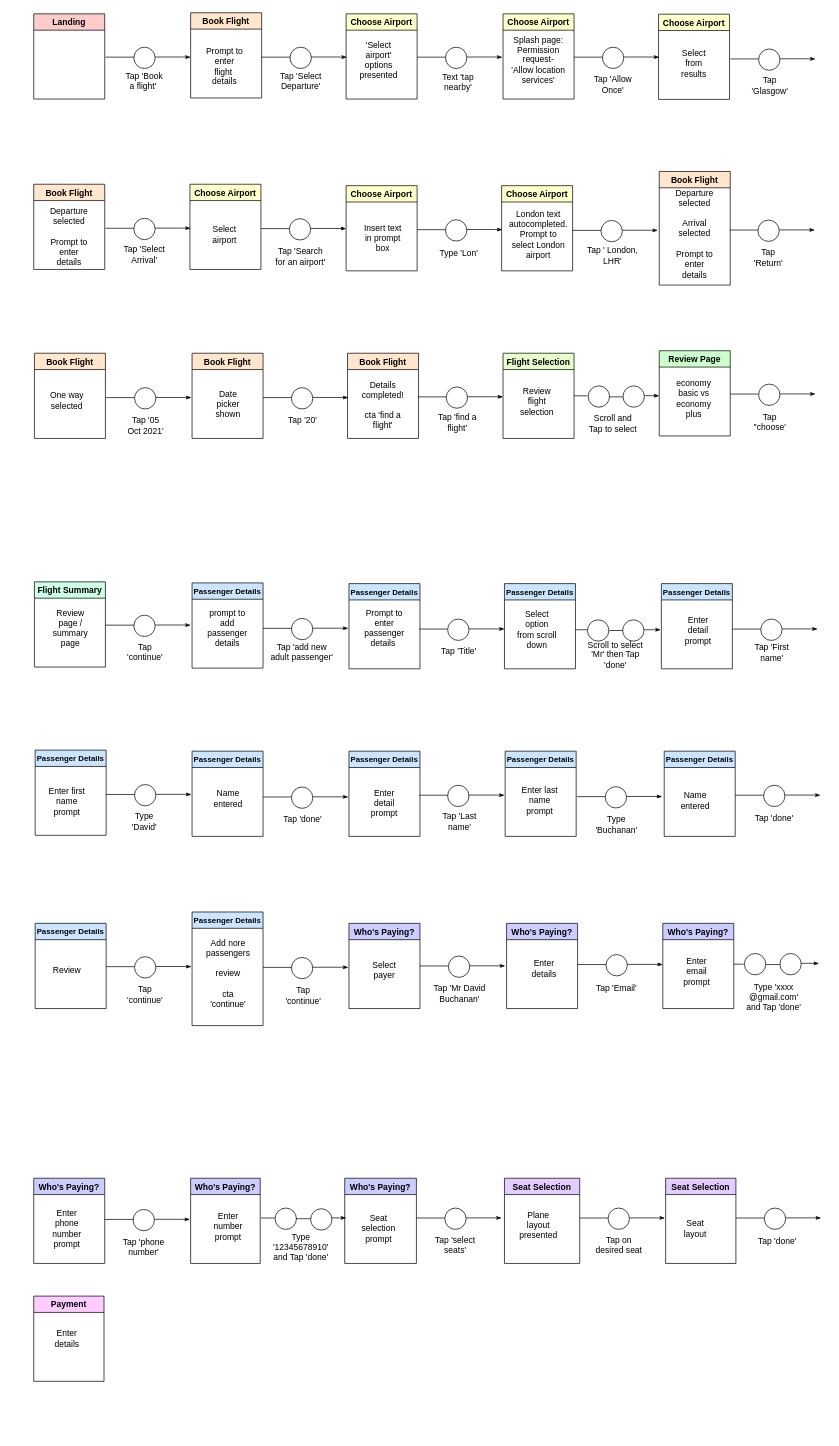
This is page "Page-1" (1 of 3) of Untitled Diagram.drawio from davidjbuchanan/todo_pretty_printed_example, a draw.io file, before an edit. Source tidied: cells renumbered, new cells numbered last; positions are measured from the earlier drawing's top-left corner, leaving out a move shared by most shapes. Both pictures are drawn from the tidied source at 71%, with x=0, y=0 at pixel (33, 12).
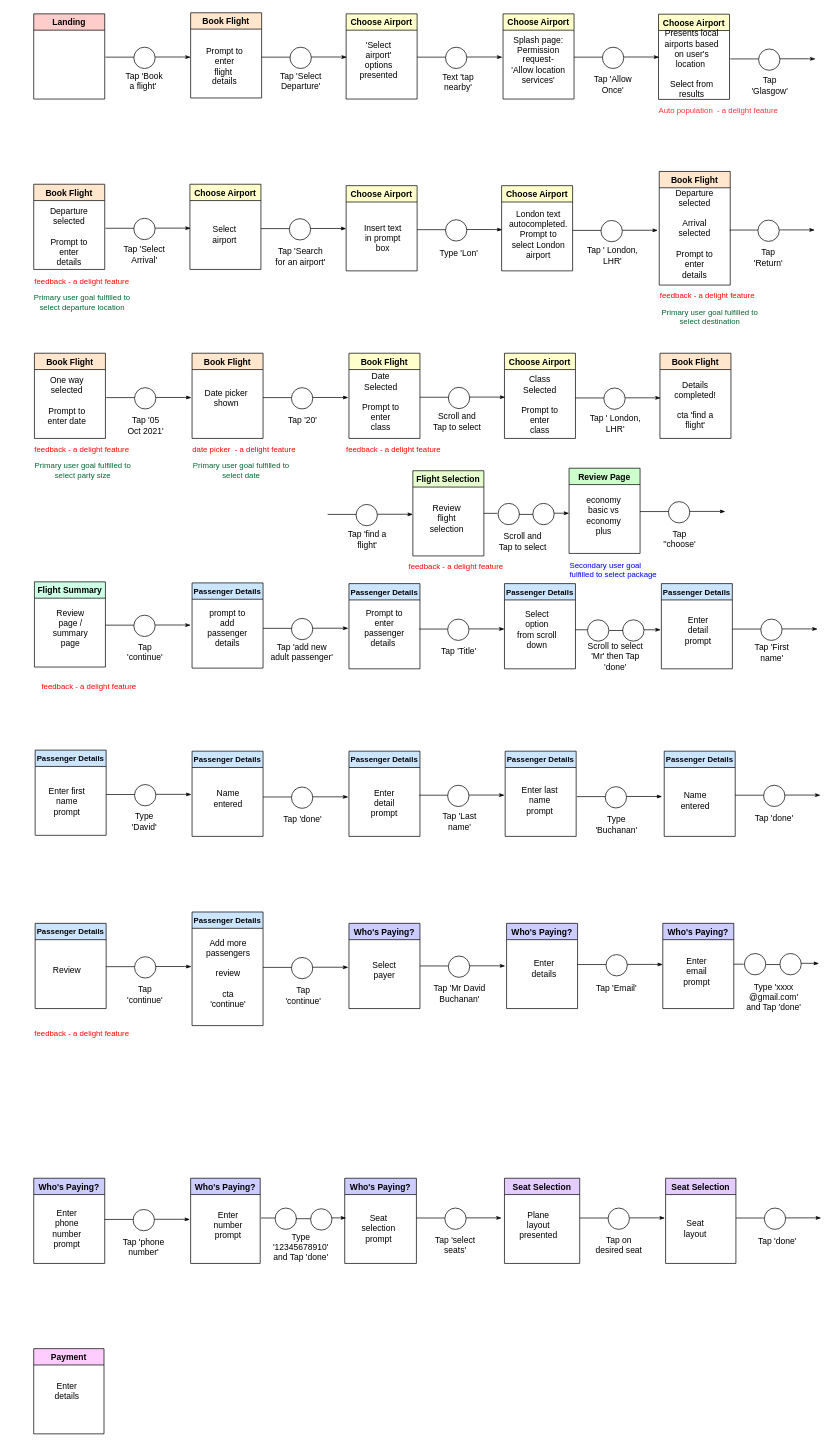
Above is the later version.

The change refers to these unchanged cells:
```xml
<mxCell id="22" value="Choose Airport" style="swimlane;fillColor=#FFFFCC;" parent="1" vertex="1">
  <mxGeometry x="880" y="2.5" width="100" height="120" as="geometry" />
</mxCell>
<mxCell id="49" value="Book Flight" style="swimlane;fillColor=#FFE6CC;" parent="1" vertex="1">
  <mxGeometry x="1" y="480" width="100" height="120" as="geometry" />
</mxCell>
<mxCell id="54" value="Book Flight" style="swimlane;fillColor=#FFE6CC;" parent="1" vertex="1">
  <mxGeometry x="223" y="480" width="100" height="120" as="geometry" />
</mxCell>
<mxCell id="156" value="Passenger Details" style="swimlane;fillColor=#CCE5FF;fontSize=11;" parent="1" vertex="1">
  <mxGeometry x="223" y="1267" width="100" height="160" as="geometry" />
</mxCell>
<mxCell id="185" value="Who's Paying?" style="swimlane;fillColor=#CCCCFF;" parent="1" vertex="1">
  <mxGeometry x="221" y="1642" width="98" height="120" as="geometry" />
</mxCell>
```

What changed in the source:
```diff
@@
-    <mxCell id="23" value="Select from results" style="text;html=1;strokeColor=none;fillColor=none;align=center;verticalAlign=middle;whiteSpace=wrap;rounded=0;labelBackgroundColor=none;labelBorderColor=none;" parent="22" vertex="1">
-      <mxGeometry x="20" y="54.5" width="60" height="30" as="geometry" />
+    <mxCell id="23" value="Presents local airports based on user's location&amp;nbsp; &lt;br&gt;&lt;br&gt;Select from results" style="text;html=1;strokeColor=none;fillColor=none;align=center;verticalAlign=middle;whiteSpace=wrap;rounded=0;labelBackgroundColor=none;labelBorderColor=none;" parent="22" vertex="1">
+      <mxGeometry y="55.5" width="94" height="30" as="geometry" />
     </mxCell>
@@
-    <mxCell id="50" value="One way selected" style="text;html=1;strokeColor=none;fillColor=none;align=center;verticalAlign=middle;whiteSpace=wrap;rounded=0;labelBackgroundColor=none;labelBorderColor=none;" parent="49" vertex="1">
+    <mxCell id="50" value="One way selected&lt;br&gt;&lt;br&gt;Prompt to enter date" style="text;html=1;strokeColor=none;fillColor=none;align=center;verticalAlign=middle;whiteSpace=wrap;rounded=0;labelBackgroundColor=none;labelBorderColor=none;" parent="49" vertex="1">
       <mxGeometry x="16" y="51.5" width="60" height="30" as="geometry" />
     </mxCell>
@@
-    <mxCell id="55" value="Date picker shown" style="text;html=1;strokeColor=none;fillColor=none;align=center;verticalAlign=middle;whiteSpace=wrap;rounded=0;labelBackgroundColor=none;labelBorderColor=none;" parent="54" vertex="1">
-      <mxGeometry x="21" y="56.5" width="60" height="30" as="geometry" />
+    <mxCell id="55" value="Date picker shown&lt;br&gt;&lt;br&gt;" style="text;html=1;strokeColor=none;fillColor=none;align=center;verticalAlign=middle;whiteSpace=wrap;rounded=0;labelBackgroundColor=none;labelBorderColor=none;" parent="54" vertex="1">
+      <mxGeometry x="13" y="55.5" width="71" height="30" as="geometry" />
     </mxCell>
@@
     <mxCell id="58" style="ellipse;whiteSpace=wrap;html=1;rounded=0;shadow=0;labelBackgroundColor=none;strokeWidth=1;fontFamily=Verdana;fontSize=8;align=center;" parent="1" vertex="1">
-      <mxGeometry x="581" y="527.5" width="30" height="30" as="geometry" />
+      <mxGeometry x="454" y="693" width="30" height="30" as="geometry" />
     </mxCell>
     <mxCell id="59" value="Book Flight" style="swimlane;fillColor=#FFE6CC;" parent="1" vertex="1">
-      <mxGeometry x="442" y="480" width="100" height="120" as="geometry" />
+      <mxGeometry x="882" y="480" width="100" height="120" as="geometry" />
     </mxCell>
@@
     <mxCell id="61" style="line;strokeWidth=1;html=1;" parent="1" vertex="1">
-      <mxGeometry x="541" y="536.5" width="40" height="10" as="geometry" />
+      <mxGeometry x="414" y="702" width="40" height="10" as="geometry" />
     </mxCell>
     <mxCell id="62" style="edgeStyle=orthogonalEdgeStyle;rounded=0;html=1;labelBackgroundColor=none;startArrow=none;startFill=0;startSize=5;endArrow=classicThin;endFill=1;endSize=5;jettySize=auto;orthogonalLoop=1;strokeWidth=1;fontFamily=Verdana;fontSize=8;" parent="1" edge="1">
       <mxGeometry relative="1" as="geometry">
-        <mxPoint x="611" y="541.3" as="sourcePoint" />
-        <mxPoint x="661" y="541.5" as="targetPoint" />
+        <mxPoint x="484" y="706.8" as="sourcePoint" />
+        <mxPoint x="534" y="707" as="targetPoint" />
         <Array as="points">
-          <mxPoint x="651" y="541.5" />
-          <mxPoint x="651" y="541.5" />
+          <mxPoint x="524" y="707" />
+          <mxPoint x="524" y="707" />
         </Array>
       </mxGeometry>
     </mxCell>
     <mxCell id="63" style="ellipse;whiteSpace=wrap;html=1;rounded=0;shadow=0;labelBackgroundColor=none;strokeWidth=1;fontFamily=Verdana;fontSize=8;align=center;direction=south;" parent="1" vertex="1">
-      <mxGeometry x="781" y="526" width="30" height="30" as="geometry" />
+      <mxGeometry x="654" y="691.5" width="30" height="30" as="geometry" />
     </mxCell>
     <mxCell id="64" value="Flight Selection" style="swimlane;fillColor=#E6FFCC;" parent="1" vertex="1">
-      <mxGeometry x="661" y="480" width="100" height="120" as="geometry" />
+      <mxGeometry x="534" y="645.5" width="100" height="120" as="geometry" />
     </mxCell>
@@
     <mxCell id="66" style="line;strokeWidth=1;html=1;" parent="1" vertex="1">
-      <mxGeometry x="761" y="535" width="19" height="10" as="geometry" />
+      <mxGeometry x="634" y="700.5" width="19" height="10" as="geometry" />
     </mxCell>
     <mxCell id="67" style="edgeStyle=orthogonalEdgeStyle;rounded=0;html=1;labelBackgroundColor=none;startArrow=none;startFill=0;startSize=5;endArrow=classicThin;endFill=1;endSize=5;jettySize=auto;orthogonalLoop=1;strokeWidth=1;fontFamily=Verdana;fontSize=8;" parent="1" edge="1">
       <mxGeometry relative="1" as="geometry">
-        <mxPoint x="831" y="539.8" as="sourcePoint" />
-        <mxPoint x="881" y="540" as="targetPoint" />
+        <mxPoint x="704" y="705.3" as="sourcePoint" />
+        <mxPoint x="754" y="705.5" as="targetPoint" />
         <Array as="points">
-          <mxPoint x="871" y="540" />
-          <mxPoint x="871" y="540" />
+          <mxPoint x="744" y="705.5" />
+          <mxPoint x="744" y="705.5" />
         </Array>
       </mxGeometry>
     </mxCell>
     <mxCell id="68" style="ellipse;whiteSpace=wrap;html=1;rounded=0;shadow=0;labelBackgroundColor=none;strokeWidth=1;fontFamily=Verdana;fontSize=8;align=center;" parent="1" vertex="1">
-      <mxGeometry x="1021" y="523.5" width="30" height="30" as="geometry" />
+      <mxGeometry x="894" y="689" width="30" height="30" as="geometry" />
     </mxCell>
     <mxCell id="69" value="Review Page" style="swimlane;fillColor=#CCFFCC;" parent="1" vertex="1">
-      <mxGeometry x="881" y="476.5" width="100" height="120" as="geometry" />
+      <mxGeometry x="754" y="642" width="100" height="120" as="geometry" />
     </mxCell>
@@
     <mxCell id="71" style="line;strokeWidth=1;html=1;" parent="1" vertex="1">
-      <mxGeometry x="981" y="532.5" width="40" height="10" as="geometry" />
+      <mxGeometry x="854" y="698" width="40" height="10" as="geometry" />
     </mxCell>
     <mxCell id="72" style="edgeStyle=orthogonalEdgeStyle;rounded=0;html=1;labelBackgroundColor=none;startArrow=none;startFill=0;startSize=5;endArrow=classicThin;endFill=1;endSize=5;jettySize=auto;orthogonalLoop=1;strokeWidth=1;fontFamily=Verdana;fontSize=8;" parent="1" edge="1">
       <mxGeometry relative="1" as="geometry">
-        <mxPoint x="1051" y="537.3" as="sourcePoint" />
-        <mxPoint x="1101" y="537.5" as="targetPoint" />
+        <mxPoint x="924" y="702.8" as="sourcePoint" />
+        <mxPoint x="974" y="703" as="targetPoint" />
         <Array as="points">
-          <mxPoint x="1091" y="537.5" />
-          <mxPoint x="1091" y="537.5" />
+          <mxPoint x="964" y="703" />
+          <mxPoint x="964" y="703" />
         </Array>
       </mxGeometry>
     </mxCell>
@@
     <mxCell id="90" value="Tap 'find a flight'" style="text;html=1;strokeColor=none;fillColor=none;align=center;verticalAlign=middle;whiteSpace=wrap;rounded=0;labelBackgroundColor=none;labelBorderColor=none;" parent="1" vertex="1">
-      <mxGeometry x="567" y="562.5" width="60" height="30" as="geometry" />
+      <mxGeometry x="440" y="728" width="60" height="30" as="geometry" />
     </mxCell>
     <mxCell id="91" value="Scroll and Tap to select" style="text;html=1;strokeColor=none;fillColor=none;align=center;verticalAlign=middle;whiteSpace=wrap;rounded=0;labelBackgroundColor=none;labelBorderColor=none;" parent="1" vertex="1">
-      <mxGeometry x="781" y="564" width="70" height="30" as="geometry" />
+      <mxGeometry x="654" y="729.5" width="70" height="30" as="geometry" />
     </mxCell>
     <mxCell id="92" value="Tap ''choose'" style="text;html=1;strokeColor=none;fillColor=none;align=center;verticalAlign=middle;whiteSpace=wrap;rounded=0;labelBackgroundColor=none;labelBorderColor=none;" parent="1" vertex="1">
-      <mxGeometry x="1007" y="561.5" width="60" height="30" as="geometry" />
+      <mxGeometry x="880" y="727" width="60" height="30" as="geometry" />
     </mxCell>
@@
     <mxCell id="119" value="Scroll to select 'Mr' then Tap 'done'" style="text;html=1;strokeColor=none;fillColor=none;align=center;verticalAlign=middle;whiteSpace=wrap;rounded=0;labelBackgroundColor=none;labelBorderColor=none;" parent="1" vertex="1">
-      <mxGeometry x="777" y="889.5" width="85" height="30" as="geometry" />
+      <mxGeometry x="777" y="891.5" width="85" height="30" as="geometry" />
     </mxCell>
@@
-    <mxCell id="157" value="Add nore passengers&lt;br&gt;&lt;br&gt;review&lt;br&gt;&lt;br&gt;cta 'continue'" style="text;html=1;strokeColor=none;fillColor=none;align=center;verticalAlign=middle;whiteSpace=wrap;rounded=0;labelBackgroundColor=none;labelBorderColor=none;" parent="156" vertex="1">
+    <mxCell id="157" value="Add more passengers&lt;br&gt;&lt;br&gt;review&lt;br&gt;&lt;br&gt;cta 'continue'" style="text;html=1;strokeColor=none;fillColor=none;align=center;verticalAlign=middle;whiteSpace=wrap;rounded=0;labelBackgroundColor=none;labelBorderColor=none;" parent="156" vertex="1">
       <mxGeometry x="21" y="72" width="60" height="30" as="geometry" />
     </mxCell>
@@
     <mxCell id="186" value="Enter number prompt" style="text;html=1;strokeColor=none;fillColor=none;align=center;verticalAlign=middle;whiteSpace=wrap;rounded=0;" parent="185" vertex="1">
-      <mxGeometry x="23" y="53" width="60" height="30" as="geometry" />
+      <mxGeometry x="23" y="51" width="60" height="30" as="geometry" />
     </mxCell>
@@
     <mxCell id="208" value="Payment" style="swimlane;fillColor=#FFCCFF;" parent="1" vertex="1">
-      <mxGeometry y="1808" width="99" height="120" as="geometry" />
+      <mxGeometry y="1882" width="99" height="120" as="geometry" />
     </mxCell>
@@
     <mxCell id="214" style="ellipse;whiteSpace=wrap;html=1;rounded=0;shadow=0;labelBackgroundColor=none;strokeWidth=1;fontFamily=Verdana;fontSize=8;align=center;" parent="1" vertex="1">
-      <mxGeometry x="830" y="526" width="30" height="30" as="geometry" />
+      <mxGeometry x="703" y="691.5" width="30" height="30" as="geometry" />
     </mxCell>
@@
     <mxCell id="217" style="line;strokeWidth=1;html=1;" parent="1" vertex="1">
-      <mxGeometry x="810.5" y="536.5" width="19.5" height="10" as="geometry" />
+      <mxGeometry x="683.5" y="702" width="19.5" height="10" as="geometry" />
     </mxCell>
@@
+    <mxCell id="221" value="&lt;font color=&quot;#006633&quot;&gt;Primary user goal fulfilled to select departure location&lt;/font&gt;" style="text;html=1;strokeColor=none;fillColor=none;align=center;verticalAlign=middle;whiteSpace=wrap;rounded=0;fontSize=11;strokeWidth=2;" parent="1" vertex="1">
+      <mxGeometry x="-10.5" y="394" width="157" height="30" as="geometry" />
+    </mxCell>
+    <mxCell id="222" value="&lt;span style=&quot;color: rgb(0 , 102 , 51)&quot;&gt;Primary user goal fulfilled to select destination&lt;/span&gt;" style="text;html=1;strokeColor=none;fillColor=none;align=center;verticalAlign=middle;whiteSpace=wrap;rounded=0;fontSize=11;strokeWidth=2;" parent="1" vertex="1">
+      <mxGeometry x="874" y="414" width="157" height="30" as="geometry" />
+    </mxCell>
+    <mxCell id="223" value="&lt;span style=&quot;color: rgb(0 , 102 , 51)&quot;&gt;Primary user goal fulfilled to select date&lt;/span&gt;" style="text;html=1;strokeColor=none;fillColor=none;align=center;verticalAlign=middle;whiteSpace=wrap;rounded=0;fontSize=11;strokeWidth=2;" parent="1" vertex="1">
+      <mxGeometry x="214" y="630" width="157" height="30" as="geometry" />
+    </mxCell>
+    <mxCell id="224" value="&lt;font color=&quot;#ff3333&quot;&gt;Auto population&amp;nbsp; - a delight feature&lt;/font&gt;" style="text;html=1;strokeColor=none;fillColor=none;align=center;verticalAlign=middle;whiteSpace=wrap;rounded=0;fontSize=11;fontColor=#006633;" parent="1" vertex="1">
+      <mxGeometry x="877" y="122.5" width="175" height="30" as="geometry" />
+    </mxCell>
+    <mxCell id="225" value="&lt;font color=&quot;#ff0000&quot;&gt;date picker&amp;nbsp; - a delight feature&lt;/font&gt;" style="text;html=1;strokeColor=none;fillColor=none;align=center;verticalAlign=middle;whiteSpace=wrap;rounded=0;fontSize=11;fontColor=#006633;" parent="1" vertex="1">
+      <mxGeometry x="209" y="600" width="175" height="30" as="geometry" />
+    </mxCell>
+    <mxCell id="226" value="feedback - a delight feature" style="text;html=1;strokeColor=none;fillColor=none;align=center;verticalAlign=middle;whiteSpace=wrap;rounded=0;fontSize=11;fontColor=#FF0000;" parent="1" vertex="1">
+      <mxGeometry x="-30" y="364" width="196" height="30" as="geometry" />
+    </mxCell>
+    <mxCell id="227" value="feedback - a delight feature" style="text;html=1;strokeColor=none;fillColor=none;align=center;verticalAlign=middle;whiteSpace=wrap;rounded=0;fontSize=11;fontColor=#FF0000;" parent="1" vertex="1">
+      <mxGeometry x="-30" y="600" width="196" height="30" as="geometry" />
+    </mxCell>
+    <mxCell id="228" value="feedback - a delight feature" style="text;html=1;strokeColor=none;fillColor=none;align=center;verticalAlign=middle;whiteSpace=wrap;rounded=0;fontSize=11;fontColor=#FF0000;" parent="1" vertex="1">
+      <mxGeometry x="409" y="600" width="196" height="30" as="geometry" />
+    </mxCell>
+    <mxCell id="229" value="feedback - a delight feature" style="text;html=1;strokeColor=none;fillColor=none;align=center;verticalAlign=middle;whiteSpace=wrap;rounded=0;fontSize=11;fontColor=#FF0000;" parent="1" vertex="1">
+      <mxGeometry x="851" y="384" width="196" height="30" as="geometry" />
+    </mxCell>
+    <mxCell id="230" value="&lt;span style=&quot;color: rgb(0 , 102 , 51)&quot;&gt;Primary user goal fulfilled to select party size&lt;/span&gt;" style="text;html=1;strokeColor=none;fillColor=none;align=center;verticalAlign=middle;whiteSpace=wrap;rounded=0;fontSize=11;strokeWidth=2;" parent="1" vertex="1">
+      <mxGeometry x="-9" y="630" width="157" height="30" as="geometry" />
+    </mxCell>
+    <mxCell id="231" value="feedback - a delight feature" style="text;html=1;strokeColor=none;fillColor=none;align=center;verticalAlign=middle;whiteSpace=wrap;rounded=0;fontSize=11;fontColor=#FF0000;" parent="1" vertex="1">
+      <mxGeometry x="497" y="765.5" width="196" height="30" as="geometry" />
+    </mxCell>
+    <mxCell id="232" value="&lt;span style=&quot;font-family: &amp;#34;helvetica&amp;#34; ; font-size: 11px ; font-style: normal ; font-weight: 400 ; letter-spacing: normal ; text-align: center ; text-indent: 0px ; text-transform: none ; word-spacing: 0px ; background-color: rgb(248 , 249 , 250) ; display: inline ; float: none&quot;&gt;Secondary user goal fulfilled to select package&lt;/span&gt;" style="text;whiteSpace=wrap;html=1;fontSize=11;fontColor=#0000FF;" parent="1" vertex="1">
+      <mxGeometry x="752.5" y="765.5" width="139" height="30" as="geometry" />
+    </mxCell>
+    <mxCell id="233" value="feedback - a delight feature" style="text;html=1;strokeColor=none;fillColor=none;align=center;verticalAlign=middle;whiteSpace=wrap;rounded=0;fontSize=11;fontColor=#FF0000;" parent="1" vertex="1">
+      <mxGeometry x="-30" y="1423" width="196" height="30" as="geometry" />
+    </mxCell>
+    <mxCell id="234" value="feedback - a delight feature" style="text;html=1;strokeColor=none;fillColor=none;align=center;verticalAlign=middle;whiteSpace=wrap;rounded=0;fontSize=11;fontColor=#FF0000;" parent="1" vertex="1">
+      <mxGeometry x="-20" y="934.5" width="196" height="30" as="geometry" />
+    </mxCell>
+    <mxCell id="235" style="ellipse;whiteSpace=wrap;html=1;rounded=0;shadow=0;labelBackgroundColor=none;strokeWidth=1;fontFamily=Verdana;fontSize=8;align=center;" parent="1" vertex="1">
+      <mxGeometry x="584" y="528" width="30" height="30" as="geometry" />
+    </mxCell>
+    <mxCell id="236" value="Book Flight" style="swimlane;fillColor=#FFFFCC;" parent="1" vertex="1">
+      <mxGeometry x="444" y="480" width="100" height="120" as="geometry" />
+    </mxCell>
+    <mxCell id="237" value="Date Selected&lt;br&gt;&lt;br&gt;Prompt to enter class" style="text;html=1;strokeColor=none;fillColor=none;align=center;verticalAlign=middle;whiteSpace=wrap;rounded=0;labelBackgroundColor=none;labelBorderColor=none;" parent="236" vertex="1">
+      <mxGeometry x="14.5" y="54" width="60" height="30" as="geometry" />
+    </mxCell>
+    <mxCell id="238" style="line;strokeWidth=1;html=1;" parent="1" vertex="1">
+      <mxGeometry x="544" y="537" width="40" height="10" as="geometry" />
+    </mxCell>
+    <mxCell id="239" style="edgeStyle=orthogonalEdgeStyle;rounded=0;html=1;labelBackgroundColor=none;startArrow=none;startFill=0;startSize=5;endArrow=classicThin;endFill=1;endSize=5;jettySize=auto;orthogonalLoop=1;strokeWidth=1;fontFamily=Verdana;fontSize=8;" parent="1" edge="1">
+      <mxGeometry relative="1" as="geometry">
+        <mxPoint x="614" y="541.8" as="sourcePoint" />
+        <mxPoint x="664" y="542" as="targetPoint" />
+        <Array as="points">
+          <mxPoint x="654" y="542" />
+          <mxPoint x="654" y="542" />
+        </Array>
+      </mxGeometry>
+    </mxCell>
+    <mxCell id="240" style="ellipse;whiteSpace=wrap;html=1;rounded=0;shadow=0;labelBackgroundColor=none;strokeWidth=1;fontFamily=Verdana;fontSize=8;align=center;" parent="1" vertex="1">
+      <mxGeometry x="803" y="529" width="30" height="30" as="geometry" />
+    </mxCell>
+    <mxCell id="241" value="Choose Airport" style="swimlane;fillColor=#FFFFCC;" parent="1" vertex="1">
+      <mxGeometry x="663" y="480" width="100" height="120" as="geometry" />
+    </mxCell>
+    <mxCell id="242" value="Class Selected&lt;br&gt;&lt;br&gt;Prompt to enter class" style="text;html=1;strokeColor=none;fillColor=none;align=center;verticalAlign=middle;whiteSpace=wrap;rounded=0;labelBackgroundColor=none;labelBorderColor=none;" parent="241" vertex="1">
+      <mxGeometry x="20" y="58" width="60" height="30" as="geometry" />
+    </mxCell>
+    <mxCell id="243" style="line;strokeWidth=1;html=1;" parent="1" vertex="1">
+      <mxGeometry x="763" y="538" width="40" height="10" as="geometry" />
+    </mxCell>
+    <mxCell id="244" style="edgeStyle=orthogonalEdgeStyle;rounded=0;html=1;labelBackgroundColor=none;startArrow=none;startFill=0;startSize=5;endArrow=classicThin;endFill=1;endSize=5;jettySize=auto;orthogonalLoop=1;strokeWidth=1;fontFamily=Verdana;fontSize=8;" parent="1" edge="1">
+      <mxGeometry relative="1" as="geometry">
+        <mxPoint x="833" y="542.8" as="sourcePoint" />
+        <mxPoint x="883" y="543" as="targetPoint" />
+        <Array as="points">
+          <mxPoint x="873" y="543" />
+          <mxPoint x="873" y="543" />
+        </Array>
+      </mxGeometry>
+    </mxCell>
+    <mxCell id="245" value="Scroll and Tap to select" style="text;html=1;strokeColor=none;fillColor=none;align=center;verticalAlign=middle;whiteSpace=wrap;rounded=0;labelBackgroundColor=none;labelBorderColor=none;" parent="1" vertex="1">
+      <mxGeometry x="560" y="561" width="73" height="30" as="geometry" />
+    </mxCell>
+    <mxCell id="246" value="Tap ' London, LHR'" style="text;html=1;strokeColor=none;fillColor=none;align=center;verticalAlign=middle;whiteSpace=wrap;rounded=0;labelBackgroundColor=none;labelBorderColor=none;" parent="1" vertex="1">
+      <mxGeometry x="781.5" y="564" width="75" height="30" as="geometry" />
+    </mxCell>
```
